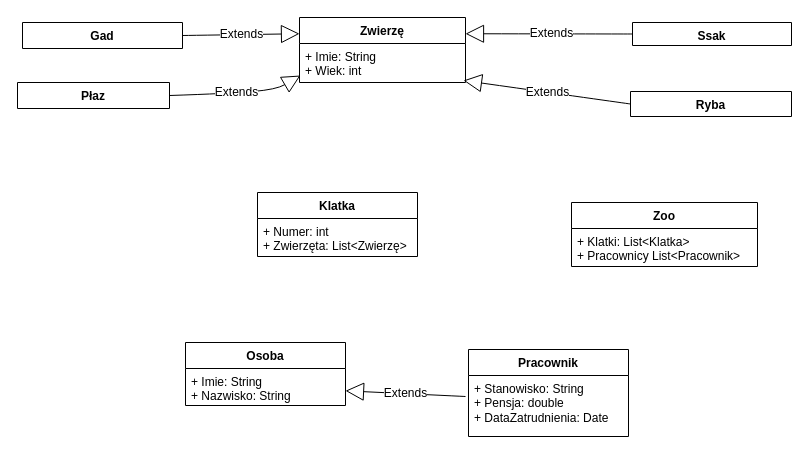
This is Diagram bez tytułu.drawio from nic00la1/AlgorytmyPodstawowe1, a draw.io file, before an edit. Source tidied: cells renumbered, new cells numbered last; positions are measured from the earlier drawing's top-left corner, leaving out a move shared by most shapes. Both pictures are drawn from the tidied source at 100%, with x=0, y=0 at pixel (17, 17).
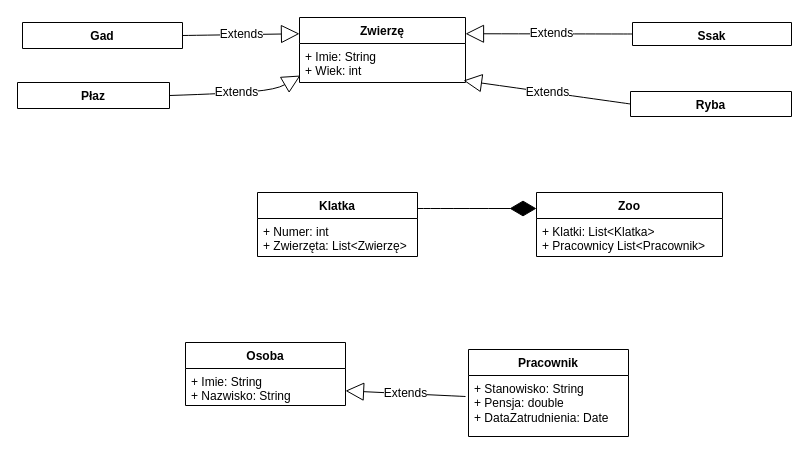
The same page after the edit.

The change refers to these unchanged cells:
```xml
<mxCell id="12" value="Klatka" style="swimlane;fontStyle=1;align=center;verticalAlign=top;horizontal=1;startSize=26;whiteSpace=wrap;html=1;" parent="1" vertex="1">
  <mxGeometry x="240" y="175" width="160" height="64" as="geometry" />
</mxCell>
```

What changed in the source:
```diff
@@
     <mxCell id="14" value="Zoo" style="swimlane;fontStyle=1;align=center;verticalAlign=top;horizontal=1;startSize=26;whiteSpace=wrap;html=1;" parent="1" vertex="1">
-      <mxGeometry x="554" y="185" width="186" height="64" as="geometry" />
+      <mxGeometry x="519" y="175" width="186" height="64" as="geometry" />
     </mxCell>
@@
+    <mxCell id="21" style="endArrow=diamondThin;endFill=1;endSize=24;html=1;rounded=0;fontSize=12;curved=1;exitX=1;exitY=0.25;exitDx=0;exitDy=0;entryX=0;entryY=0.25;entryDx=0;entryDy=0;" parent="1" edge="1" source="12" target="14">
+      <mxGeometry relative="1" as="geometry" />
+    </mxCell>
```
